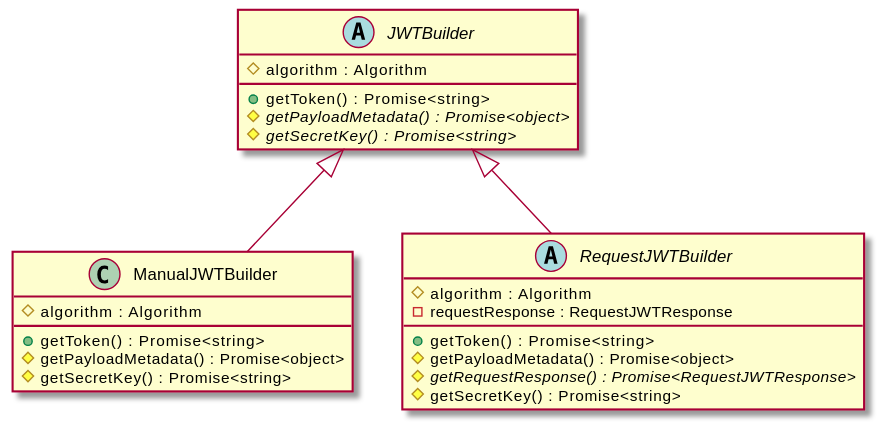
The PlantUML diagram docs/assets/JWTBuilder-umlClassDiagram-573.svg in digidip/tapjaw-importer, before a commit. Source of this version:
```plantuml
@startuml
skinparam BackgroundColor transparent
hide empty methods
hide empty fields
abstract class "JWTBuilder" {
    #algorithm : Algorithm
    +getToken() : Promise<string>
    {abstract} #getPayloadMetadata() : Promise<object>
    {abstract} #getSecretKey() : Promise<string>
}
class "ManualJWTBuilder" {
    #algorithm : Algorithm
    +getToken() : Promise<string>
    #getPayloadMetadata() : Promise<object>
    #getSecretKey() : Promise<string>
}
"JWTBuilder" <|-- "ManualJWTBuilder"
abstract class "RequestJWTBuilder" {
    #algorithm : Algorithm
    -requestResponse : RequestJWTResponse
    +getToken() : Promise<string>
    #getPayloadMetadata() : Promise<object>
    {abstract} #getRequestResponse() : Promise<RequestJWTResponse>
    #getSecretKey() : Promise<string>
}
"JWTBuilder" <|-- "RequestJWTBuilder"
@enduml
```
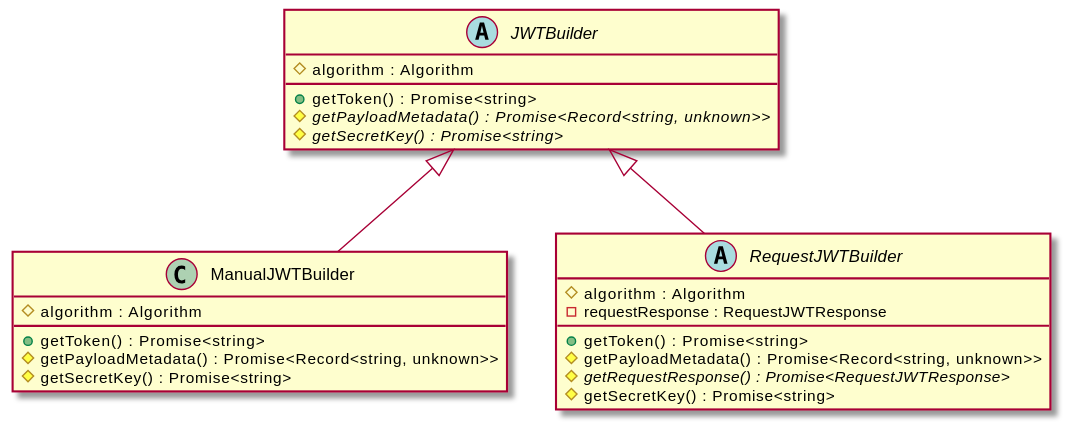
After the change.

What changed in the source:
```diff
@@ -5,13 +5,13 @@
 abstract class "JWTBuilder" {
     #algorithm : Algorithm
     +getToken() : Promise<string>
-    {abstract} #getPayloadMetadata() : Promise<object>
+    {abstract} #getPayloadMetadata() : Promise<Record<string, unknown>>
     {abstract} #getSecretKey() : Promise<string>
 }
 class "ManualJWTBuilder" {
     #algorithm : Algorithm
     +getToken() : Promise<string>
-    #getPayloadMetadata() : Promise<object>
+    #getPayloadMetadata() : Promise<Record<string, unknown>>
     #getSecretKey() : Promise<string>
 }
 "JWTBuilder" <|-- "ManualJWTBuilder"
@@ -19,7 +19,7 @@
     #algorithm : Algorithm
     -requestResponse : RequestJWTResponse
     +getToken() : Promise<string>
-    #getPayloadMetadata() : Promise<object>
+    #getPayloadMetadata() : Promise<Record<string, unknown>>
     {abstract} #getRequestResponse() : Promise<RequestJWTResponse>
     #getSecretKey() : Promise<string>
 }
```
